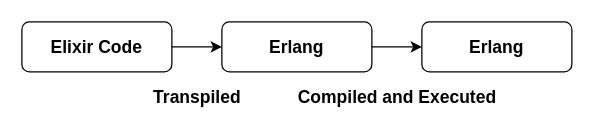
Above: page "Page-1" (1 of 3) of assets/elixir-to-beam.drawio in alfa-yohannis/web-development-with-elixir (draw.io), before the change. Source tidied: cells renumbered, new cells numbered last; positions are measured from the earlier drawing's top-left corner, leaving out a move shared by most shapes. Both pictures are drawn from the tidied source at 125%, with x=0, y=0 at pixel (21, 21).
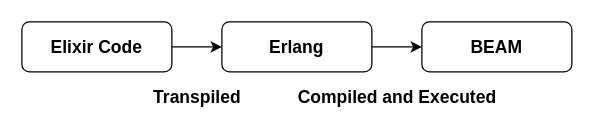
After the change.

The edit, as a diff of the source:
```diff
@@
 <mxGraphModel>
   <root>
     <mxCell id="0" />
     <mxCell id="1" parent="0" />
     <mxCell id="2" value="&lt;b style=&quot;font-size: 14px;&quot;&gt;Transpiled&lt;/b&gt;" style="edgeStyle=orthogonalEdgeStyle;rounded=0;jettySize=auto;html=1;fontSize=14;" parent="1" edge="1" source="3" target="5">
       <mxGeometry y="-40" relative="1" as="geometry" />
     </mxCell>
     <mxCell id="3" value="Elixir Code" style="rounded=1;whiteSpace=wrap;html=1;fontStyle=1;fontSize=14;" parent="1" vertex="1">
       <mxGeometry width="120" height="40" as="geometry" />
     </mxCell>
     <mxCell id="4" value="Compiled and Executed" style="edgeStyle=orthogonalEdgeStyle;rounded=0;jettySize=auto;html=1;fontStyle=1;fontSize=14;" parent="1" edge="1" source="5" target="6">
       <mxGeometry y="-40" relative="1" as="geometry" />
     </mxCell>
     <mxCell id="5" value="Erlang" style="rounded=1;whiteSpace=wrap;html=1;fontStyle=1;fontSize=14;" parent="1" vertex="1">
       <mxGeometry x="160" width="120" height="40" as="geometry" />
     </mxCell>
-    <mxCell id="6" value="Erlang" style="rounded=1;whiteSpace=wrap;html=1;fontStyle=1;fontSize=14;" parent="1" vertex="1">
+    <mxCell id="6" value="BEAM" style="rounded=1;whiteSpace=wrap;html=1;fontStyle=1;fontSize=14;" parent="1" vertex="1">
       <mxGeometry x="320" width="120" height="40" as="geometry" />
     </mxCell>
   </root>
 </mxGraphModel>
```
